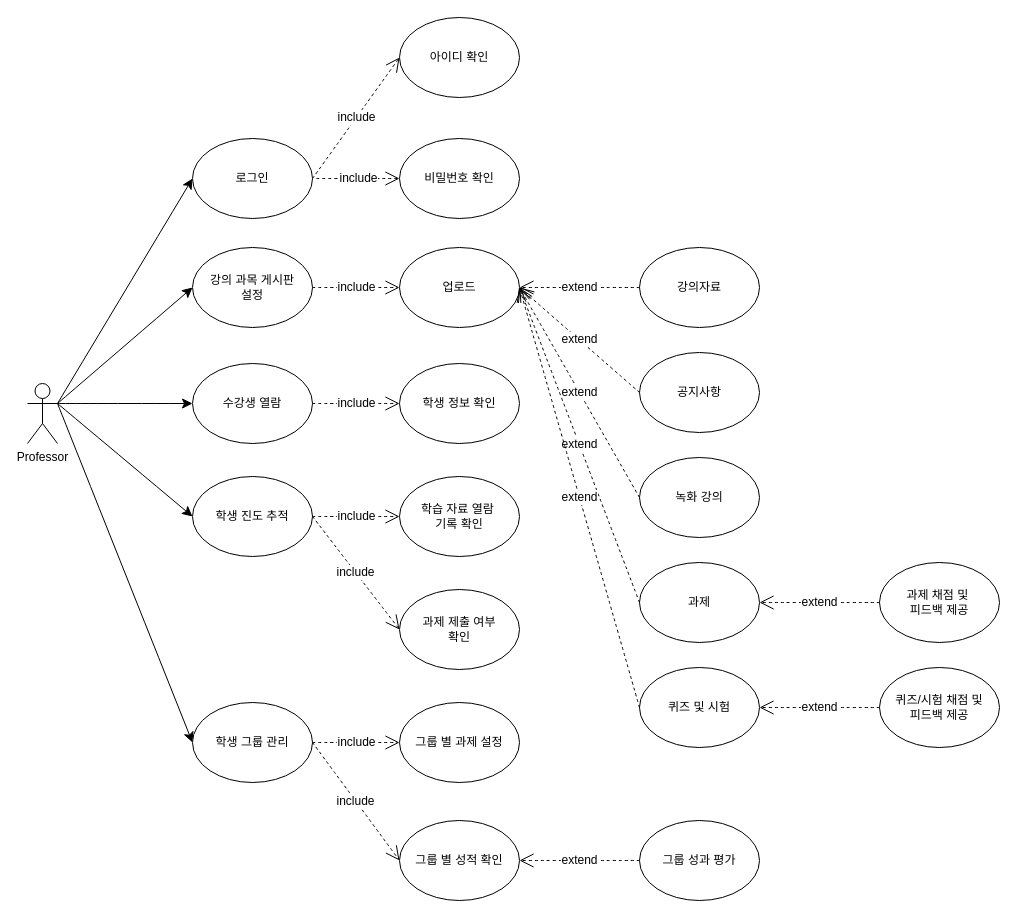
Before: Usecase.drawio in whitegari/24SWengineering, a draw.io diagram. Source tidied: cells renumbered, new cells numbered last; positions are measured from the earlier drawing's top-left corner, leaving out a move shared by most shapes. Both pictures are drawn from the tidied source at 100%, with x=0, y=0 at pixel (27, 17).
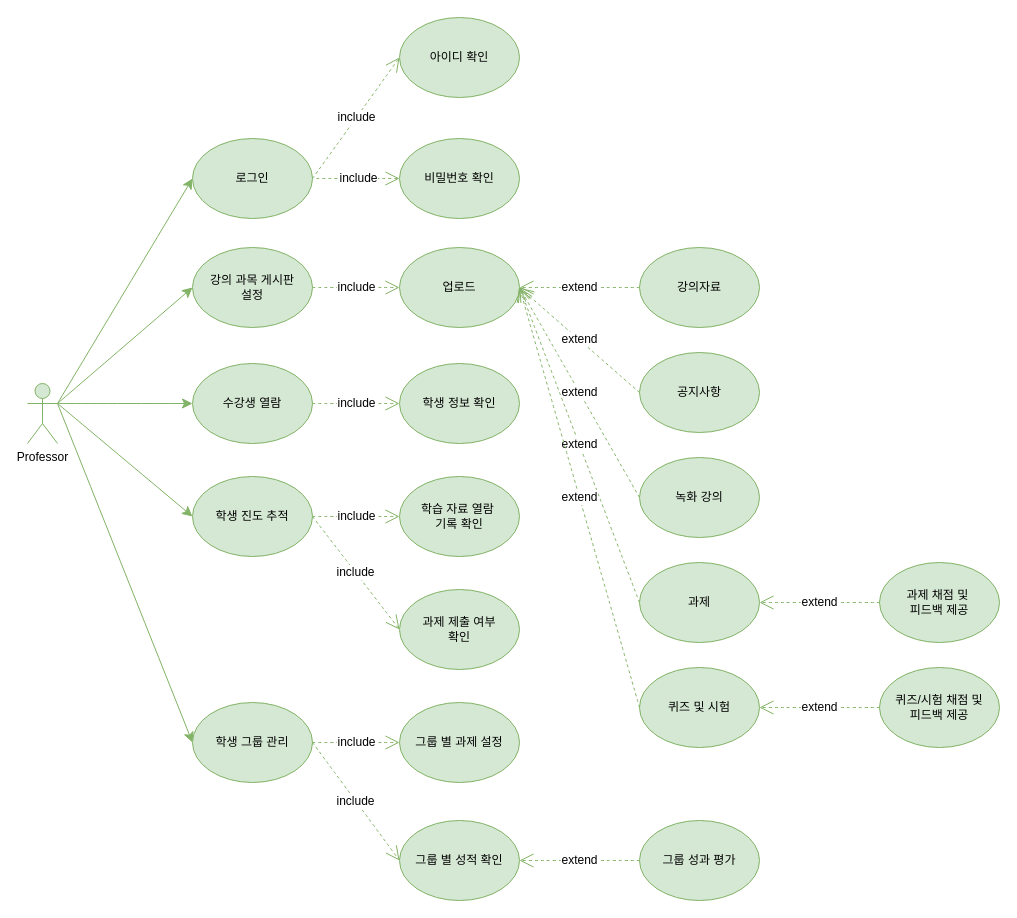
Above is the later version.

Change to the diagram source:
```diff
@@
-    <mxCell id="2" style="edgeStyle=none;curved=1;rounded=0;jettySize=auto;html=1;fontSize=12;startSize=8;endSize=8;entryX=0;entryY=0.5;entryDx=0;entryDy=0;exitX=1;exitY=0.3333333333333333;exitDx=0;exitDy=0;exitPerimeter=0;" parent="1" edge="1" source="4" target="7">
+    <mxCell id="2" style="edgeStyle=none;curved=1;rounded=0;jettySize=auto;html=1;fontSize=12;startSize=8;endSize=8;entryX=0;entryY=0.5;entryDx=0;entryDy=0;exitX=1;exitY=0.3333333333333333;exitDx=0;exitDy=0;exitPerimeter=0;fillColor=#d5e8d4;strokeColor=#82b366;" parent="1" edge="1" source="4" target="7">
       <mxGeometry relative="1" as="geometry" />
     </mxCell>
-    <mxCell id="3" style="edgeStyle=none;curved=1;rounded=0;jettySize=auto;html=1;fontSize=12;startSize=8;endSize=8;entryX=0;entryY=0.5;entryDx=0;entryDy=0;exitX=1;exitY=0.3333333333333333;exitDx=0;exitDy=0;exitPerimeter=0;" parent="1" edge="1" source="4" target="9">
+    <mxCell id="3" style="edgeStyle=none;curved=1;rounded=0;jettySize=auto;html=1;fontSize=12;startSize=8;endSize=8;entryX=0;entryY=0.5;entryDx=0;entryDy=0;exitX=1;exitY=0.3333333333333333;exitDx=0;exitDy=0;exitPerimeter=0;fillColor=#d5e8d4;strokeColor=#82b366;" parent="1" edge="1" source="4" target="9">
       <mxGeometry relative="1" as="geometry" />
     </mxCell>
-    <mxCell id="4" value="Professor" style="shape=umlActor;verticalLabelPosition=bottom;verticalAlign=top;html=1;outlineConnect=0;" parent="1" vertex="1">
+    <mxCell id="4" value="Professor" style="shape=umlActor;verticalLabelPosition=bottom;verticalAlign=top;html=1;outlineConnect=0;fillColor=#d5e8d4;strokeColor=#82b366;" parent="1" vertex="1">
       <mxGeometry y="366" width="30" height="60" as="geometry" />
     </mxCell>
-    <mxCell id="5" value="수강생 열람" style="ellipse;whiteSpace=wrap;html=1;" parent="1" vertex="1">
+    <mxCell id="5" value="수강생 열람" style="ellipse;whiteSpace=wrap;html=1;fillColor=#d5e8d4;strokeColor=#82b366;" parent="1" vertex="1">
       <mxGeometry x="165" y="346" width="120" height="80" as="geometry" />
     </mxCell>
-    <mxCell id="6" value="강의 과목 게시판&lt;div&gt;설정&lt;/div&gt;" style="ellipse;whiteSpace=wrap;html=1;" parent="1" vertex="1">
+    <mxCell id="6" value="강의 과목 게시판&lt;div&gt;설정&lt;/div&gt;" style="ellipse;whiteSpace=wrap;html=1;fillColor=#d5e8d4;strokeColor=#82b366;" parent="1" vertex="1">
       <mxGeometry x="165" y="230" width="120" height="80" as="geometry" />
     </mxCell>
-    <mxCell id="7" value="로그인" style="ellipse;whiteSpace=wrap;html=1;" parent="1" vertex="1">
+    <mxCell id="7" value="로그인" style="ellipse;whiteSpace=wrap;html=1;fillColor=#d5e8d4;strokeColor=#82b366;" parent="1" vertex="1">
       <mxGeometry x="165" y="121" width="120" height="80" as="geometry" />
     </mxCell>
-    <mxCell id="8" value="학생 진도 추적" style="ellipse;whiteSpace=wrap;html=1;" parent="1" vertex="1">
+    <mxCell id="8" value="학생 진도 추적" style="ellipse;whiteSpace=wrap;html=1;fillColor=#d5e8d4;strokeColor=#82b366;" parent="1" vertex="1">
       <mxGeometry x="165" y="459" width="120" height="80" as="geometry" />
     </mxCell>
-    <mxCell id="9" value="학생 그룹 관리" style="ellipse;whiteSpace=wrap;html=1;" parent="1" vertex="1">
+    <mxCell id="9" value="학생 그룹 관리" style="ellipse;whiteSpace=wrap;html=1;fillColor=#d5e8d4;strokeColor=#82b366;" parent="1" vertex="1">
       <mxGeometry x="165" y="685" width="120" height="80" as="geometry" />
     </mxCell>
-    <mxCell id="10" value="비밀번호 확인" style="ellipse;whiteSpace=wrap;html=1;" parent="1" vertex="1">
+    <mxCell id="10" value="비밀번호 확인" style="ellipse;whiteSpace=wrap;html=1;fillColor=#d5e8d4;strokeColor=#82b366;" parent="1" vertex="1">
       <mxGeometry x="372" y="121" width="120" height="80" as="geometry" />
     </mxCell>
-    <mxCell id="11" style="endArrow=classic;html=1;rounded=0;fontSize=12;startSize=8;endSize=8;curved=1;exitX=1;exitY=0.3333333333333333;exitDx=0;exitDy=0;exitPerimeter=0;entryX=0;entryY=0.5;entryDx=0;entryDy=0;" parent="1" edge="1" source="4" target="6">
+    <mxCell id="11" style="endArrow=classic;html=1;rounded=0;fontSize=12;startSize=8;endSize=8;curved=1;exitX=1;exitY=0.3333333333333333;exitDx=0;exitDy=0;exitPerimeter=0;entryX=0;entryY=0.5;entryDx=0;entryDy=0;fillColor=#d5e8d4;strokeColor=#82b366;" parent="1" edge="1" source="4" target="6">
       <mxGeometry relative="1" as="geometry" />
     </mxCell>
-    <mxCell id="12" style="endArrow=classic;html=1;rounded=0;fontSize=12;startSize=8;endSize=8;curved=1;exitX=1;exitY=0.3333333333333333;exitDx=0;exitDy=0;exitPerimeter=0;entryX=0;entryY=0.5;entryDx=0;entryDy=0;" parent="1" edge="1" source="4" target="5">
+    <mxCell id="12" style="endArrow=classic;html=1;rounded=0;fontSize=12;startSize=8;endSize=8;curved=1;exitX=1;exitY=0.3333333333333333;exitDx=0;exitDy=0;exitPerimeter=0;entryX=0;entryY=0.5;entryDx=0;entryDy=0;fillColor=#d5e8d4;strokeColor=#82b366;" parent="1" edge="1" source="4" target="5">
       <mxGeometry relative="1" as="geometry" />
     </mxCell>
-    <mxCell id="13" style="endArrow=classic;html=1;rounded=0;fontSize=12;startSize=8;endSize=8;curved=1;exitX=1;exitY=0.3333333333333333;exitDx=0;exitDy=0;exitPerimeter=0;entryX=0;entryY=0.5;entryDx=0;entryDy=0;" parent="1" edge="1" source="4" target="8">
+    <mxCell id="13" style="endArrow=classic;html=1;rounded=0;fontSize=12;startSize=8;endSize=8;curved=1;exitX=1;exitY=0.3333333333333333;exitDx=0;exitDy=0;exitPerimeter=0;entryX=0;entryY=0.5;entryDx=0;entryDy=0;fillColor=#d5e8d4;strokeColor=#82b366;" parent="1" edge="1" source="4" target="8">
       <mxGeometry relative="1" as="geometry" />
     </mxCell>
-    <mxCell id="14" value="아이디 확인" style="ellipse;whiteSpace=wrap;html=1;" parent="1" vertex="1">
+    <mxCell id="14" value="아이디 확인" style="ellipse;whiteSpace=wrap;html=1;fillColor=#d5e8d4;strokeColor=#82b366;" parent="1" vertex="1">
       <mxGeometry x="372" width="120" height="80" as="geometry" />
     </mxCell>
-    <mxCell id="15" value="include" style="endArrow=open;endSize=12;dashed=1;html=1;rounded=0;fontSize=12;curved=1;exitX=1;exitY=0.5;exitDx=0;exitDy=0;entryX=0;entryY=0.5;entryDx=0;entryDy=0;" parent="1" edge="1" source="7" target="14">
+    <mxCell id="15" value="include" style="endArrow=open;endSize=12;dashed=1;html=1;rounded=0;fontSize=12;curved=1;exitX=1;exitY=0.5;exitDx=0;exitDy=0;entryX=0;entryY=0.5;entryDx=0;entryDy=0;fillColor=#d5e8d4;strokeColor=#82b366;" parent="1" edge="1" source="7" target="14">
       <mxGeometry relative="1" as="geometry" />
     </mxCell>
-    <mxCell id="16" value="include" style="endArrow=open;endSize=12;dashed=1;html=1;rounded=0;fontSize=12;curved=1;entryX=0;entryY=0.5;entryDx=0;entryDy=0;" parent="1" edge="1" target="10">
+    <mxCell id="16" value="include" style="endArrow=open;endSize=12;dashed=1;html=1;rounded=0;fontSize=12;curved=1;entryX=0;entryY=0.5;entryDx=0;entryDy=0;fillColor=#d5e8d4;strokeColor=#82b366;" parent="1" edge="1" target="10">
       <mxGeometry relative="1" as="geometry">
         <mxPoint x="289" y="161" as="sourcePoint" />
       </mxGeometry>
     </mxCell>
-    <mxCell id="17" value="업로드" style="ellipse;whiteSpace=wrap;html=1;" parent="1" vertex="1">
+    <mxCell id="17" value="업로드" style="ellipse;whiteSpace=wrap;html=1;fillColor=#d5e8d4;strokeColor=#82b366;" parent="1" vertex="1">
       <mxGeometry x="372" y="230" width="120" height="80" as="geometry" />
     </mxCell>
-    <mxCell id="18" value="학생 정보 확인" style="ellipse;whiteSpace=wrap;html=1;" parent="1" vertex="1">
+    <mxCell id="18" value="학생 정보 확인" style="ellipse;whiteSpace=wrap;html=1;fillColor=#d5e8d4;strokeColor=#82b366;" parent="1" vertex="1">
       <mxGeometry x="372" y="346" width="120" height="80" as="geometry" />
     </mxCell>
-    <mxCell id="19" value="학습 자료 열람&amp;nbsp;&lt;div&gt;기록 확인&lt;/div&gt;" style="ellipse;whiteSpace=wrap;html=1;" parent="1" vertex="1">
+    <mxCell id="19" value="학습 자료 열람&amp;nbsp;&lt;div&gt;기록 확인&lt;/div&gt;" style="ellipse;whiteSpace=wrap;html=1;fillColor=#d5e8d4;strokeColor=#82b366;" parent="1" vertex="1">
       <mxGeometry x="372" y="459" width="120" height="80" as="geometry" />
     </mxCell>
-    <mxCell id="20" value="과제 제출 여부&lt;div&gt;확인&lt;/div&gt;" style="ellipse;whiteSpace=wrap;html=1;" parent="1" vertex="1">
+    <mxCell id="20" value="과제 제출 여부&lt;div&gt;확인&lt;/div&gt;" style="ellipse;whiteSpace=wrap;html=1;fillColor=#d5e8d4;strokeColor=#82b366;" parent="1" vertex="1">
       <mxGeometry x="372" y="572" width="120" height="80" as="geometry" />
     </mxCell>
-    <mxCell id="21" value="그룹 별 과제 설정" style="ellipse;whiteSpace=wrap;html=1;" parent="1" vertex="1">
+    <mxCell id="21" value="그룹 별 과제 설정" style="ellipse;whiteSpace=wrap;html=1;fillColor=#d5e8d4;strokeColor=#82b366;" parent="1" vertex="1">
       <mxGeometry x="372" y="685" width="120" height="80" as="geometry" />
     </mxCell>
-    <mxCell id="22" value="그룹 별 성적 확인" style="ellipse;whiteSpace=wrap;html=1;" parent="1" vertex="1">
+    <mxCell id="22" value="그룹 별 성적 확인" style="ellipse;whiteSpace=wrap;html=1;fillColor=#d5e8d4;strokeColor=#82b366;" parent="1" vertex="1">
       <mxGeometry x="372" y="803" width="120" height="80" as="geometry" />
     </mxCell>
-    <mxCell id="23" value="include" style="endArrow=open;endSize=12;dashed=1;html=1;rounded=0;fontSize=12;curved=1;entryX=0;entryY=0.5;entryDx=0;entryDy=0;exitX=1;exitY=0.5;exitDx=0;exitDy=0;" parent="1" edge="1" source="6" target="17">
+    <mxCell id="23" value="include" style="endArrow=open;endSize=12;dashed=1;html=1;rounded=0;fontSize=12;curved=1;entryX=0;entryY=0.5;entryDx=0;entryDy=0;exitX=1;exitY=0.5;exitDx=0;exitDy=0;fillColor=#d5e8d4;strokeColor=#82b366;" parent="1" edge="1" source="6" target="17">
       <mxGeometry relative="1" as="geometry" />
     </mxCell>
-    <mxCell id="24" value="include" style="endArrow=open;endSize=12;dashed=1;html=1;rounded=0;fontSize=12;curved=1;entryX=0;entryY=0.5;entryDx=0;entryDy=0;exitX=1;exitY=0.5;exitDx=0;exitDy=0;" parent="1" edge="1" source="5" target="18">
+    <mxCell id="24" value="include" style="endArrow=open;endSize=12;dashed=1;html=1;rounded=0;fontSize=12;curved=1;entryX=0;entryY=0.5;entryDx=0;entryDy=0;exitX=1;exitY=0.5;exitDx=0;exitDy=0;fillColor=#d5e8d4;strokeColor=#82b366;" parent="1" edge="1" source="5" target="18">
       <mxGeometry relative="1" as="geometry" />
     </mxCell>
-    <mxCell id="25" value="include" style="endArrow=open;endSize=12;dashed=1;html=1;rounded=0;fontSize=12;curved=1;entryX=0;entryY=0.5;entryDx=0;entryDy=0;exitX=1;exitY=0.5;exitDx=0;exitDy=0;" parent="1" edge="1" source="8" target="19">
+    <mxCell id="25" value="include" style="endArrow=open;endSize=12;dashed=1;html=1;rounded=0;fontSize=12;curved=1;entryX=0;entryY=0.5;entryDx=0;entryDy=0;exitX=1;exitY=0.5;exitDx=0;exitDy=0;fillColor=#d5e8d4;strokeColor=#82b366;" parent="1" edge="1" source="8" target="19">
       <mxGeometry relative="1" as="geometry" />
     </mxCell>
-    <mxCell id="26" value="include" style="endArrow=open;endSize=12;dashed=1;html=1;rounded=0;fontSize=12;curved=1;entryX=0;entryY=0.5;entryDx=0;entryDy=0;exitX=1;exitY=0.5;exitDx=0;exitDy=0;" parent="1" edge="1" source="8" target="20">
+    <mxCell id="26" value="include" style="endArrow=open;endSize=12;dashed=1;html=1;rounded=0;fontSize=12;curved=1;entryX=0;entryY=0.5;entryDx=0;entryDy=0;exitX=1;exitY=0.5;exitDx=0;exitDy=0;fillColor=#d5e8d4;strokeColor=#82b366;" parent="1" edge="1" source="8" target="20">
       <mxGeometry relative="1" as="geometry" />
     </mxCell>
-    <mxCell id="27" value="include" style="endArrow=open;endSize=12;dashed=1;html=1;rounded=0;fontSize=12;curved=1;entryX=0;entryY=0.5;entryDx=0;entryDy=0;exitX=1;exitY=0.5;exitDx=0;exitDy=0;" parent="1" edge="1" source="9" target="21">
+    <mxCell id="27" value="include" style="endArrow=open;endSize=12;dashed=1;html=1;rounded=0;fontSize=12;curved=1;entryX=0;entryY=0.5;entryDx=0;entryDy=0;exitX=1;exitY=0.5;exitDx=0;exitDy=0;fillColor=#d5e8d4;strokeColor=#82b366;" parent="1" edge="1" source="9" target="21">
       <mxGeometry relative="1" as="geometry" />
     </mxCell>
-    <mxCell id="28" value="include" style="endArrow=open;endSize=12;dashed=1;html=1;rounded=0;fontSize=12;curved=1;entryX=0;entryY=0.5;entryDx=0;entryDy=0;exitX=1;exitY=0.5;exitDx=0;exitDy=0;" parent="1" edge="1" source="9" target="22">
+    <mxCell id="28" value="include" style="endArrow=open;endSize=12;dashed=1;html=1;rounded=0;fontSize=12;curved=1;entryX=0;entryY=0.5;entryDx=0;entryDy=0;exitX=1;exitY=0.5;exitDx=0;exitDy=0;fillColor=#d5e8d4;strokeColor=#82b366;" parent="1" edge="1" source="9" target="22">
       <mxGeometry relative="1" as="geometry" />
     </mxCell>
-    <mxCell id="29" value="강의자료" style="ellipse;whiteSpace=wrap;html=1;" parent="1" vertex="1">
+    <mxCell id="29" value="강의자료" style="ellipse;whiteSpace=wrap;html=1;fillColor=#d5e8d4;strokeColor=#82b366;" parent="1" vertex="1">
       <mxGeometry x="612" y="230" width="120" height="80" as="geometry" />
     </mxCell>
-    <mxCell id="30" value="extend" style="endArrow=open;endSize=12;dashed=1;html=1;rounded=0;fontSize=12;curved=1;entryX=1;entryY=0.5;entryDx=0;entryDy=0;exitX=0;exitY=0.5;exitDx=0;exitDy=0;" parent="1" edge="1" source="29" target="17">
+    <mxCell id="30" value="extend" style="endArrow=open;endSize=12;dashed=1;html=1;rounded=0;fontSize=12;curved=1;entryX=1;entryY=0.5;entryDx=0;entryDy=0;exitX=0;exitY=0.5;exitDx=0;exitDy=0;fillColor=#d5e8d4;strokeColor=#82b366;" parent="1" edge="1" source="29" target="17">
       <mxGeometry relative="1" as="geometry" />
     </mxCell>
-    <mxCell id="31" value="공지사항" style="ellipse;whiteSpace=wrap;html=1;" parent="1" vertex="1">
+    <mxCell id="31" value="공지사항" style="ellipse;whiteSpace=wrap;html=1;fillColor=#d5e8d4;strokeColor=#82b366;" parent="1" vertex="1">
       <mxGeometry x="612" y="335" width="120" height="80" as="geometry" />
     </mxCell>
-    <mxCell id="32" value="extend" style="endArrow=open;endSize=12;dashed=1;html=1;rounded=0;fontSize=12;curved=1;entryX=1;entryY=0.5;entryDx=0;entryDy=0;exitX=0;exitY=0.5;exitDx=0;exitDy=0;" parent="1" edge="1" source="31" target="17">
+    <mxCell id="32" value="extend" style="endArrow=open;endSize=12;dashed=1;html=1;rounded=0;fontSize=12;curved=1;entryX=1;entryY=0.5;entryDx=0;entryDy=0;exitX=0;exitY=0.5;exitDx=0;exitDy=0;fillColor=#d5e8d4;strokeColor=#82b366;" parent="1" edge="1" source="31" target="17">
       <mxGeometry relative="1" as="geometry" />
     </mxCell>
-    <mxCell id="33" value="녹화 강의" style="ellipse;whiteSpace=wrap;html=1;" parent="1" vertex="1">
+    <mxCell id="33" value="녹화 강의" style="ellipse;whiteSpace=wrap;html=1;fillColor=#d5e8d4;strokeColor=#82b366;" parent="1" vertex="1">
       <mxGeometry x="612" y="440" width="120" height="80" as="geometry" />
     </mxCell>
-    <mxCell id="34" value="과제" style="ellipse;whiteSpace=wrap;html=1;" parent="1" vertex="1">
+    <mxCell id="34" value="과제" style="ellipse;whiteSpace=wrap;html=1;fillColor=#d5e8d4;strokeColor=#82b366;" parent="1" vertex="1">
       <mxGeometry x="612" y="545" width="120" height="80" as="geometry" />
     </mxCell>
-    <mxCell id="35" value="퀴즈 및 시험" style="ellipse;whiteSpace=wrap;html=1;" parent="1" vertex="1">
+    <mxCell id="35" value="퀴즈 및 시험" style="ellipse;whiteSpace=wrap;html=1;fillColor=#d5e8d4;strokeColor=#82b366;" parent="1" vertex="1">
       <mxGeometry x="612" y="650" width="120" height="80" as="geometry" />
     </mxCell>
-    <mxCell id="36" value="extend" style="endArrow=open;endSize=12;dashed=1;html=1;rounded=0;fontSize=12;curved=1;entryX=1;entryY=0.5;entryDx=0;entryDy=0;exitX=0;exitY=0.5;exitDx=0;exitDy=0;" parent="1" edge="1" source="33" target="17">
+    <mxCell id="36" value="extend" style="endArrow=open;endSize=12;dashed=1;html=1;rounded=0;fontSize=12;curved=1;entryX=1;entryY=0.5;entryDx=0;entryDy=0;exitX=0;exitY=0.5;exitDx=0;exitDy=0;fillColor=#d5e8d4;strokeColor=#82b366;" parent="1" edge="1" source="33" target="17">
       <mxGeometry relative="1" as="geometry" />
     </mxCell>
-    <mxCell id="37" value="extend" style="endArrow=open;endSize=12;dashed=1;html=1;rounded=0;fontSize=12;curved=1;entryX=1;entryY=0.5;entryDx=0;entryDy=0;exitX=0;exitY=0.5;exitDx=0;exitDy=0;" parent="1" edge="1" source="34" target="17">
+    <mxCell id="37" value="extend" style="endArrow=open;endSize=12;dashed=1;html=1;rounded=0;fontSize=12;curved=1;entryX=1;entryY=0.5;entryDx=0;entryDy=0;exitX=0;exitY=0.5;exitDx=0;exitDy=0;fillColor=#d5e8d4;strokeColor=#82b366;" parent="1" edge="1" source="34" target="17">
       <mxGeometry relative="1" as="geometry" />
     </mxCell>
-    <mxCell id="38" value="extend" style="endArrow=open;endSize=12;dashed=1;html=1;rounded=0;fontSize=12;curved=1;entryX=1;entryY=0.5;entryDx=0;entryDy=0;exitX=0;exitY=0.5;exitDx=0;exitDy=0;" parent="1" edge="1" source="35" target="17">
+    <mxCell id="38" value="extend" style="endArrow=open;endSize=12;dashed=1;html=1;rounded=0;fontSize=12;curved=1;entryX=1;entryY=0.5;entryDx=0;entryDy=0;exitX=0;exitY=0.5;exitDx=0;exitDy=0;fillColor=#d5e8d4;strokeColor=#82b366;" parent="1" edge="1" source="35" target="17">
       <mxGeometry relative="1" as="geometry" />
     </mxCell>
-    <mxCell id="39" value="퀴즈/시험 채점 및&lt;div&gt;피드백 제공&lt;/div&gt;" style="ellipse;whiteSpace=wrap;html=1;" parent="1" vertex="1">
+    <mxCell id="39" value="퀴즈/시험 채점 및&lt;div&gt;피드백 제공&lt;/div&gt;" style="ellipse;whiteSpace=wrap;html=1;fillColor=#d5e8d4;strokeColor=#82b366;" parent="1" vertex="1">
       <mxGeometry x="852" y="650" width="120" height="80" as="geometry" />
     </mxCell>
-    <mxCell id="40" value="과제 채점 및&amp;nbsp;&lt;div&gt;피드백 제공&lt;/div&gt;" style="ellipse;whiteSpace=wrap;html=1;" parent="1" vertex="1">
+    <mxCell id="40" value="과제 채점 및&amp;nbsp;&lt;div&gt;피드백 제공&lt;/div&gt;" style="ellipse;whiteSpace=wrap;html=1;fillColor=#d5e8d4;strokeColor=#82b366;" parent="1" vertex="1">
       <mxGeometry x="852" y="545" width="120" height="80" as="geometry" />
     </mxCell>
-    <mxCell id="41" value="extend" style="endArrow=open;endSize=12;dashed=1;html=1;rounded=0;fontSize=12;curved=1;entryX=1;entryY=0.5;entryDx=0;entryDy=0;exitX=0;exitY=0.5;exitDx=0;exitDy=0;" parent="1" edge="1" source="40" target="34">
+    <mxCell id="41" value="extend" style="endArrow=open;endSize=12;dashed=1;html=1;rounded=0;fontSize=12;curved=1;entryX=1;entryY=0.5;entryDx=0;entryDy=0;exitX=0;exitY=0.5;exitDx=0;exitDy=0;fillColor=#d5e8d4;strokeColor=#82b366;" parent="1" edge="1" source="40" target="34">
       <mxGeometry relative="1" as="geometry" />
     </mxCell>
-    <mxCell id="42" value="extend" style="endArrow=open;endSize=12;dashed=1;html=1;rounded=0;fontSize=12;curved=1;entryX=1;entryY=0.5;entryDx=0;entryDy=0;exitX=0;exitY=0.5;exitDx=0;exitDy=0;" parent="1" edge="1" source="39" target="35">
+    <mxCell id="42" value="extend" style="endArrow=open;endSize=12;dashed=1;html=1;rounded=0;fontSize=12;curved=1;entryX=1;entryY=0.5;entryDx=0;entryDy=0;exitX=0;exitY=0.5;exitDx=0;exitDy=0;fillColor=#d5e8d4;strokeColor=#82b366;" parent="1" edge="1" source="39" target="35">
       <mxGeometry relative="1" as="geometry" />
     </mxCell>
-    <mxCell id="43" value="그룹 성과 평가" style="ellipse;whiteSpace=wrap;html=1;" parent="1" vertex="1">
+    <mxCell id="43" value="그룹 성과 평가" style="ellipse;whiteSpace=wrap;html=1;fillColor=#d5e8d4;strokeColor=#82b366;" parent="1" vertex="1">
       <mxGeometry x="612" y="803" width="120" height="80" as="geometry" />
     </mxCell>
-    <mxCell id="44" value="extend" style="endArrow=open;endSize=12;dashed=1;html=1;rounded=0;fontSize=12;curved=1;entryX=1;entryY=0.5;entryDx=0;entryDy=0;exitX=0;exitY=0.5;exitDx=0;exitDy=0;" parent="1" edge="1" source="43" target="22">
+    <mxCell id="44" value="extend" style="endArrow=open;endSize=12;dashed=1;html=1;rounded=0;fontSize=12;curved=1;entryX=1;entryY=0.5;entryDx=0;entryDy=0;exitX=0;exitY=0.5;exitDx=0;exitDy=0;fillColor=#d5e8d4;strokeColor=#82b366;" parent="1" edge="1" source="43" target="22">
       <mxGeometry relative="1" as="geometry" />
     </mxCell>
```
